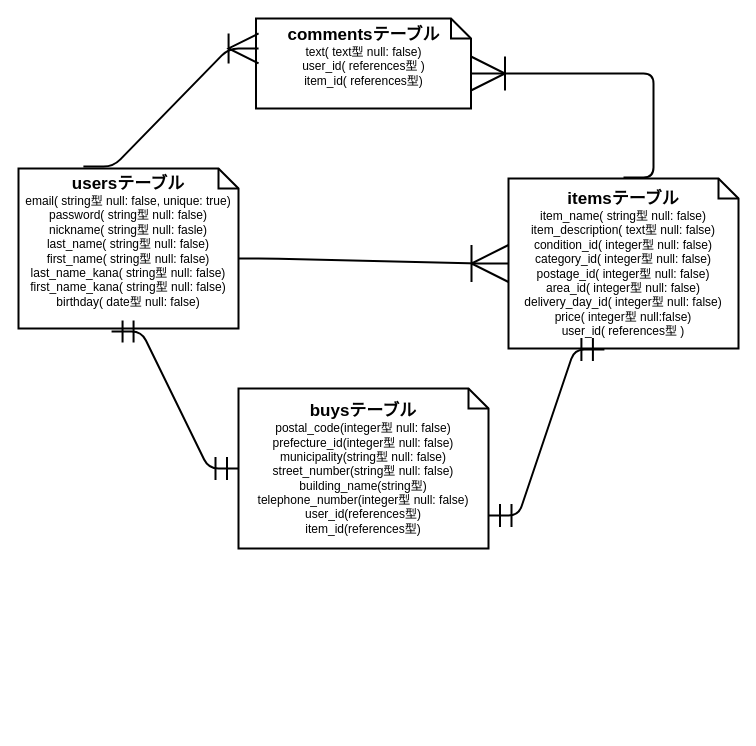
The draw.io diagram er.dio in fumi-y/furima-35224, before the edit. Source tidied: cells renumbered, new cells numbered last; positions are measured from the earlier drawing's top-left corner, leaving out a move shared by most shapes. Both pictures are drawn from the tidied source at 100%, with x=0, y=0 at pixel (18, 18).
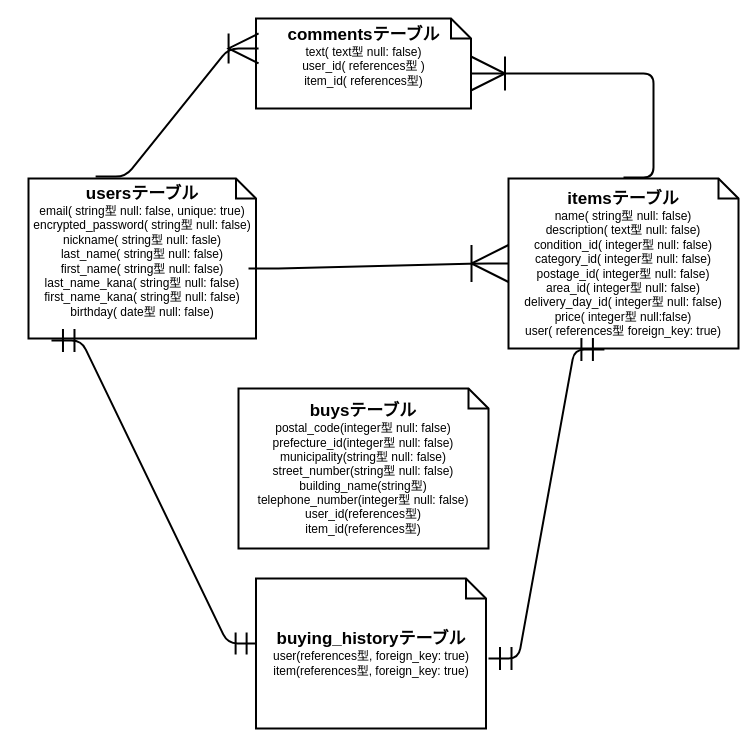
The same diagram, later.

Change to the diagram source:
```diff
@@
 <mxGraphModel>
   <root>
     <mxCell id="0" />
     <mxCell id="1" parent="0" />
-    <mxCell id="2" value="&lt;b&gt;&lt;font style=&quot;font-size: 17px&quot;&gt;usersテーブル&lt;/font&gt;&lt;/b&gt;&lt;br&gt;email( string型 null: false, unique: true)&lt;br&gt;password( string型 null: false)&lt;br&gt;nickname( string型 null: fasle)&lt;br&gt;last_name( string型 null: false)&lt;br&gt;first_name( string型 null: false)&lt;br&gt;last_name_kana( string型 null: false)&lt;br&gt;first_name_kana( string型 null: false)&lt;br&gt;birthday( date型 null: false)&lt;br&gt;&lt;div style=&quot;text-align: left&quot;&gt;&lt;br&gt;&lt;/div&gt;" style="shape=note;size=20;whiteSpace=wrap;html=1;strokeWidth=2;" parent="1" vertex="1">
-      <mxGeometry y="150" width="220" height="160" as="geometry" />
+    <mxCell id="2" value="&lt;b&gt;&lt;font style=&quot;font-size: 17px&quot;&gt;usersテーブル&lt;/font&gt;&lt;/b&gt;&lt;br&gt;email( string型 null: false, unique: true)&lt;br&gt;encrypted_password( string型 null: false)&lt;br&gt;nickname( string型 null: fasle)&lt;br&gt;last_name( string型 null: false)&lt;br&gt;first_name( string型 null: false)&lt;br&gt;last_name_kana( string型 null: false)&lt;br&gt;first_name_kana( string型 null: false)&lt;br&gt;birthday( date型 null: false)&lt;br&gt;&lt;div style=&quot;text-align: left&quot;&gt;&lt;br&gt;&lt;/div&gt;" style="shape=note;size=20;whiteSpace=wrap;html=1;strokeWidth=2;" parent="1" vertex="1">
+      <mxGeometry x="10" y="160" width="227.5" height="160" as="geometry" />
     </mxCell>
     <mxCell id="3" value="&lt;span&gt;&lt;font&gt;&lt;font style=&quot;font-size: 17px&quot;&gt;&lt;b&gt;commentsテーブル&lt;/b&gt;&lt;/font&gt;&lt;br&gt;text( text型 null: false)&lt;br&gt;user_id( references型 )&lt;br&gt;item_id( references型)&lt;br&gt;&lt;br&gt;&lt;/font&gt;&lt;/span&gt;" style="shape=note;size=20;whiteSpace=wrap;html=1;strokeWidth=2;" parent="1" vertex="1">
       <mxGeometry x="237.5" width="215" height="90" as="geometry" />
     </mxCell>
-    <mxCell id="4" value="&lt;font style=&quot;font-size: 17px&quot;&gt;&lt;b&gt;itemsテーブル&lt;br&gt;&lt;/b&gt;&lt;/font&gt;item_name( string型 null: false)&lt;br&gt;item_description( text型 null: false)&lt;br&gt;condition_id( integer型 null: false)&lt;br&gt;category_id( integer型 null: false)&lt;br&gt;postage_id( integer型 null: false)&lt;br&gt;area_id( integer型 null: false)&lt;br&gt;delivery_day_id( integer型 null: false)&lt;br&gt;price( integer型 null:false)&lt;br&gt;user_id( references型 )" style="shape=note;size=20;whiteSpace=wrap;html=1;strokeWidth=2;" parent="1" vertex="1">
+    <mxCell id="4" value="&lt;font style=&quot;font-size: 17px&quot;&gt;&lt;b&gt;itemsテーブル&lt;br&gt;&lt;/b&gt;&lt;/font&gt;name( string型 null: false)&lt;br&gt;description( text型 null: false)&lt;br&gt;condition_id( integer型 null: false)&lt;br&gt;category_id( integer型 null: false)&lt;br&gt;postage_id( integer型 null: false)&lt;br&gt;area_id( integer型 null: false)&lt;br&gt;delivery_day_id( integer型 null: false)&lt;br&gt;price( integer型 null:false)&lt;br&gt;user( references型 foreign_key: true)" style="shape=note;size=20;whiteSpace=wrap;html=1;strokeWidth=2;" parent="1" vertex="1">
       <mxGeometry x="490" y="160" width="230" height="170" as="geometry" />
     </mxCell>
     <mxCell id="5" value="&lt;font style=&quot;font-size: 17px&quot;&gt;&lt;b&gt;buysテーブル&lt;/b&gt;&lt;/font&gt;&lt;br&gt;postal_code(integer型 null: false)&lt;br&gt;prefecture_id(integer型 null: false)&lt;br&gt;municipality(string型 null: false)&lt;br&gt;street_number(string型 null: false)&lt;br&gt;building_name(string型)&lt;br&gt;telephone_number(integer型 null: false)&lt;br&gt;user_id(references型)&lt;br&gt;item_id(references型)" style="shape=note;size=20;whiteSpace=wrap;html=1;strokeWidth=2;" parent="1" vertex="1">
       <mxGeometry x="220" y="370" width="250" height="160" as="geometry" />
     </mxCell>
     <mxCell id="6" style="edgeStyle=entityRelationEdgeStyle;fontSize=12;html=1;endArrow=ERoneToMany;exitX=0;exitY=0;exitDx=220;exitDy=90;exitPerimeter=0;entryX=0;entryY=0.5;entryDx=0;entryDy=0;entryPerimeter=0;strokeWidth=2;endSize=34;" parent="1" edge="1" source="2" target="4">
       <mxGeometry relative="1" as="geometry" />
     </mxCell>
     <mxCell id="7" style="edgeStyle=entityRelationEdgeStyle;fontSize=12;html=1;endArrow=ERoneToMany;strokeWidth=2;entryX=0;entryY=0;entryDx=215;entryDy=55;entryPerimeter=0;endSize=31;" parent="1" edge="1" target="3">
       <mxGeometry relative="1" as="geometry">
         <mxPoint x="605" y="159" as="sourcePoint" />
       </mxGeometry>
     </mxCell>
     <mxCell id="8" style="edgeStyle=entityRelationEdgeStyle;fontSize=12;html=1;endArrow=ERoneToMany;strokeWidth=2;exitX=0.295;exitY=-0.012;exitDx=0;exitDy=0;exitPerimeter=0;entryX=0.012;entryY=0.333;entryDx=0;entryDy=0;entryPerimeter=0;endSize=27;" parent="1" edge="1" source="2" target="3">
       <mxGeometry relative="1" as="geometry" />
     </mxCell>
     <mxCell id="9" style="edgeStyle=entityRelationEdgeStyle;fontSize=12;html=1;endArrow=ERmandOne;startArrow=ERmandOne;strokeWidth=2;startSize=20;endSize=20;entryX=0.417;entryY=1.006;entryDx=0;entryDy=0;entryPerimeter=0;" parent="1" edge="1" target="4">
       <mxGeometry relative="1" as="geometry">
-        <mxPoint x="470" y="497" as="sourcePoint" />
+        <mxPoint x="470" y="640" as="sourcePoint" />
       </mxGeometry>
     </mxCell>
-    <mxCell id="10" style="edgeStyle=entityRelationEdgeStyle;fontSize=12;html=1;endArrow=ERmandOne;startArrow=ERmandOne;strokeWidth=2;entryX=0.423;entryY=1.019;entryDx=0;entryDy=0;entryPerimeter=0;endSize=19;startSize=20;" parent="1" edge="1" source="5" target="2">
+    <mxCell id="10" style="edgeStyle=entityRelationEdgeStyle;fontSize=12;html=1;endArrow=ERmandOne;startArrow=ERmandOne;strokeWidth=2;endSize=19;startSize=20;exitX=0.101;exitY=1.013;exitDx=0;exitDy=0;exitPerimeter=0;entryX=0.007;entryY=0.433;entryDx=0;entryDy=0;entryPerimeter=0;" parent="1" edge="1" source="2" target="11">
       <mxGeometry relative="1" as="geometry" />
     </mxCell>
+    <mxCell id="11" value="&lt;font style=&quot;font-size: 17px&quot;&gt;&lt;b&gt;buying_historyテーブル&lt;/b&gt;&lt;/font&gt;&lt;br&gt;user(references型, foreign_key: true)&lt;br&gt;item(references型, foreign_key: true)" style="shape=note;size=20;whiteSpace=wrap;html=1;strokeWidth=2;" parent="1" vertex="1">
+      <mxGeometry x="237.5" y="560" width="230" height="150" as="geometry" />
+    </mxCell>
   </root>
 </mxGraphModel>
```
